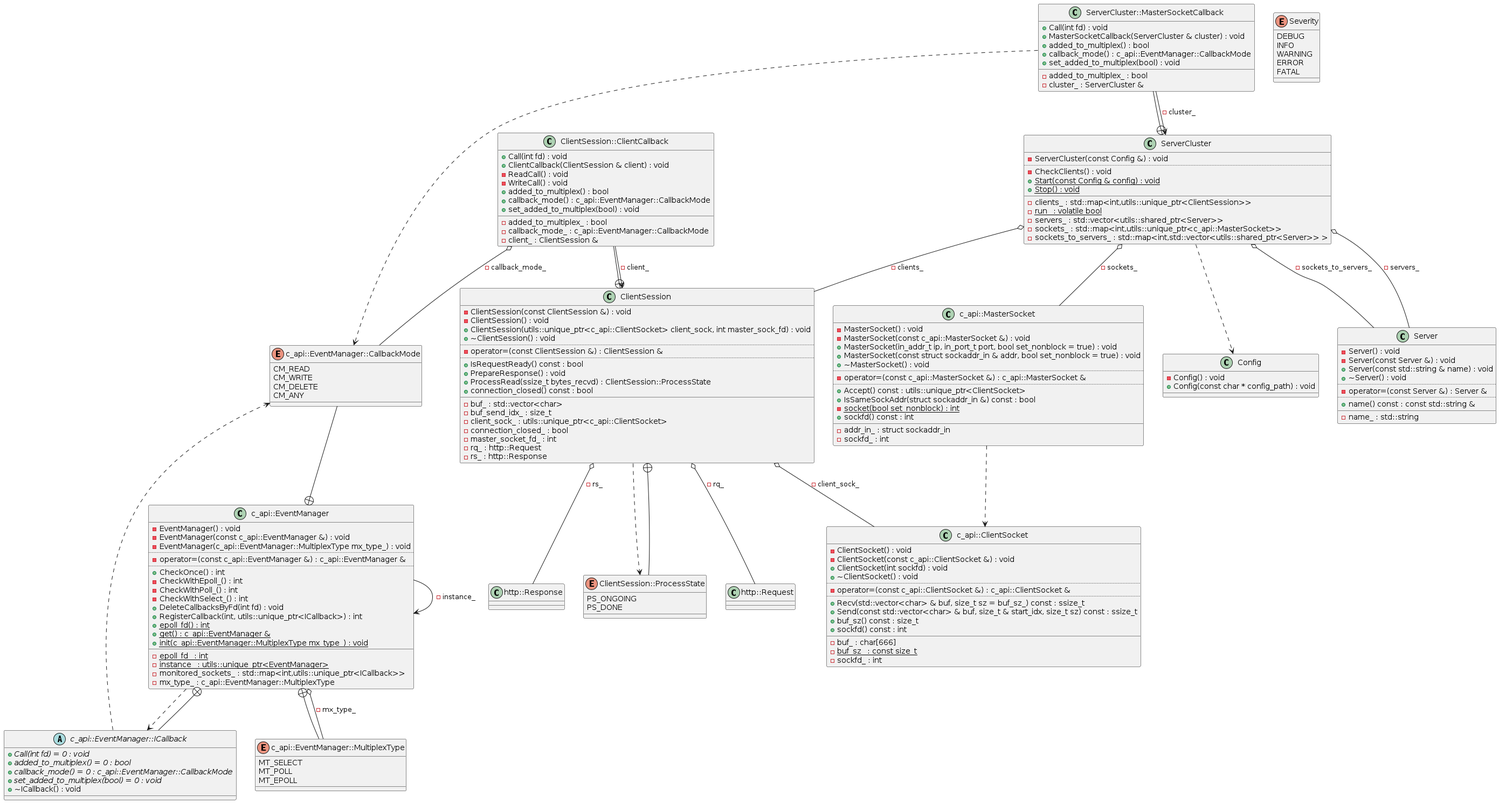
Above: docs/new_server_structure.png in ChimPansky/42_webserv (PlantUML), before the change.
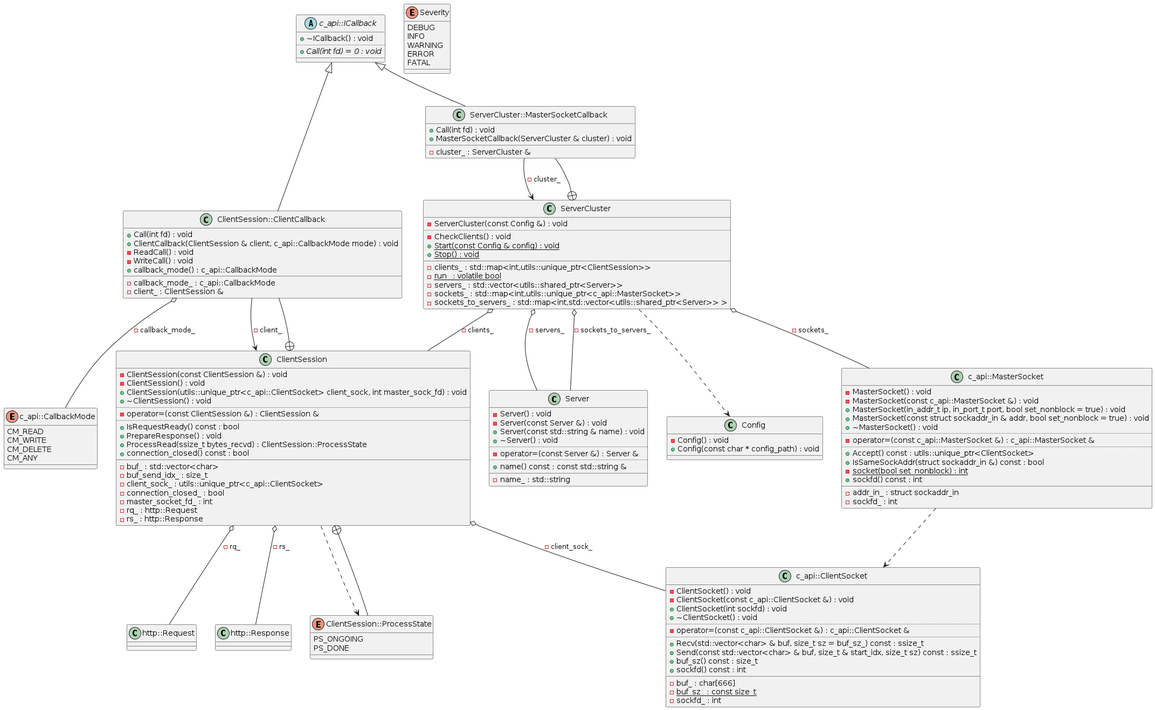
Above is the later version.

Commit message:
docs: uml diagrams

The edit, as a diff of the source:
```diff
@@ -23,49 +23,18 @@
 {static} -buf_sz_ : const size_t
 -sockfd_ : int
 }
-class "c_api::EventManager" as C_0014891154616151307795
-class C_0014891154616151307795 {
--EventManager() : void
--EventManager(const c_api::EventManager &) : void
--EventManager(c_api::EventManager::MultiplexType mx_type_) : void
-..
--operator=(const c_api::EventManager &) : c_api::EventManager &
-..
-+CheckOnce() : int
--CheckWithEpoll_() : int
--CheckWithPoll_() : int
--CheckWithSelect_() : int
-+DeleteCallbacksByFd(int fd) : void
-+RegisterCallback(int, utils::unique_ptr<ICallback>) : int
-{static} +epoll_fd() : int
-{static} +get() : c_api::EventManager &
-{static} +init(c_api::EventManager::MultiplexType mx_type_) : void
-__
-{static} -epoll_fd_ : int
-{static} -instance_ : utils::unique_ptr<EventManager>
--monitored_sockets_ : std::map<int,utils::unique_ptr<ICallback>>
--mx_type_ : c_api::EventManager::MultiplexType
-}
-enum "c_api::EventManager::MultiplexType" as C_0012381108986754351330
-enum C_0012381108986754351330 {
-MT_SELECT
-MT_POLL
-MT_EPOLL
-}
-enum "c_api::EventManager::CallbackMode" as C_0007491571210970394135
-enum C_0007491571210970394135 {
+enum "c_api::CallbackMode" as C_0013094151080274036380
+enum C_0013094151080274036380 {
 CM_READ
 CM_WRITE
 CM_DELETE
 CM_ANY
 }
-abstract "c_api::EventManager::ICallback" as C_0001529050940405944751
-abstract C_0001529050940405944751 {
+abstract "c_api::ICallback" as C_0012303276662381294904
+abstract C_0012303276662381294904 {
++~ICallback() : void
+..
 {abstract} +Call(int fd) = 0 : void
-{abstract} +added_to_multiplex() = 0 : bool
-{abstract} +callback_mode() = 0 : c_api::EventManager::CallbackMode
-{abstract} +set_added_to_multiplex(bool) = 0 : void
-+~ICallback() : void
 __
 }
 class "c_api::MasterSocket" as C_0000429903258282207458
@@ -124,15 +93,12 @@
 class "ClientSession::ClientCallback" as C_0013455262313073247461
 class C_0013455262313073247461 {
 +Call(int fd) : void
-+ClientCallback(ClientSession & client) : void
++ClientCallback(ClientSession & client, c_api::CallbackMode mode) : void
 -ReadCall() : void
 -WriteCall() : void
-+added_to_multiplex() : bool
-+callback_mode() : c_api::EventManager::CallbackMode
-+set_added_to_multiplex(bool) : void
++callback_mode() : c_api::CallbackMode
 __
--added_to_multiplex_ : bool
--callback_mode_ : c_api::EventManager::CallbackMode
+-callback_mode_ : c_api::CallbackMode
 -client_ : ClientSession &
 }
 class "Server" as C_0007168929316485241399
@@ -166,11 +132,7 @@
 class C_0008783000988380148125 {
 +Call(int fd) : void
 +MasterSocketCallback(ServerCluster & cluster) : void
-+added_to_multiplex() : bool
-+callback_mode() : c_api::EventManager::CallbackMode
-+set_added_to_multiplex(bool) : void
 __
--added_to_multiplex_ : bool
 -cluster_ : ServerCluster &
 }
 enum "Severity" as C_0012091752970610271488
@@ -181,13 +143,6 @@
 ERROR
 FATAL
 }
-C_0014891154616151307795 ..> C_0001529050940405944751
-C_0014891154616151307795 o-- C_0012381108986754351330 : -mx_type_
-C_0014891154616151307795 --> C_0014891154616151307795 : -instance_
-C_0012381108986754351330 --+ C_0014891154616151307795
-C_0007491571210970394135 --+ C_0014891154616151307795
-C_0001529050940405944751 --+ C_0014891154616151307795
-C_0001529050940405944751 ..> C_0007491571210970394135
 C_0000429903258282207458 ..> C_0006183579169578681873
 C_0013630447627125416768 ..> C_0003875719738307134320
 C_0013630447627125416768 o-- C_0006183579169578681873 : -client_sock_
@@ -196,14 +151,17 @@
 C_0003875719738307134320 --+ C_0013630447627125416768
 C_0013455262313073247461 --+ C_0013630447627125416768
 C_0013455262313073247461 --> C_0013630447627125416768 : -client_
-C_0013455262313073247461 o-- C_0007491571210970394135 : -callback_mode_
+C_0013455262313073247461 o-- C_0013094151080274036380 : -callback_mode_
+C_0012303276662381294904 <|-- C_0013455262313073247461
+
 C_0018261038109130704555 ..> C_0008289891971916880997
 C_0018261038109130704555 o-- C_0000429903258282207458 : -sockets_
 C_0018261038109130704555 o-- C_0007168929316485241399 : -servers_
 C_0018261038109130704555 o-- C_0007168929316485241399 : -sockets_to_servers_
 C_0018261038109130704555 o-- C_0013630447627125416768 : -clients_
 C_0008783000988380148125 --+ C_0018261038109130704555
-C_0008783000988380148125 ..> C_0007491571210970394135
 C_0008783000988380148125 --> C_0018261038109130704555 : -cluster_
+C_0012303276662381294904 <|-- C_0008783000988380148125
+
 
 @enduml
```
